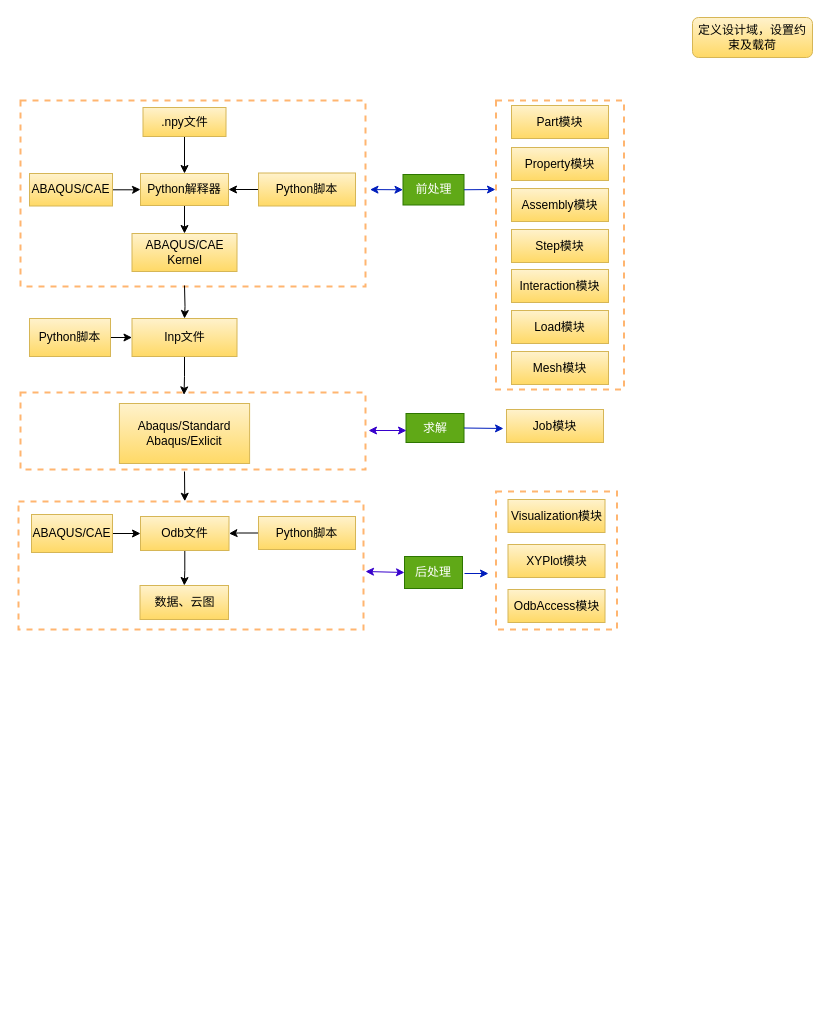
This is page "第 1 页" (1 of 2) of 第五章.drawio from 1078089635/BESO, a draw.io file, before an edit. Source tidied: cells renumbered, new cells numbered last; positions are measured from the earlier drawing's top-left corner, leaving out a move shared by most shapes. Both pictures are drawn from the tidied source at 100%, with x=0, y=0 at pixel (18, 17).
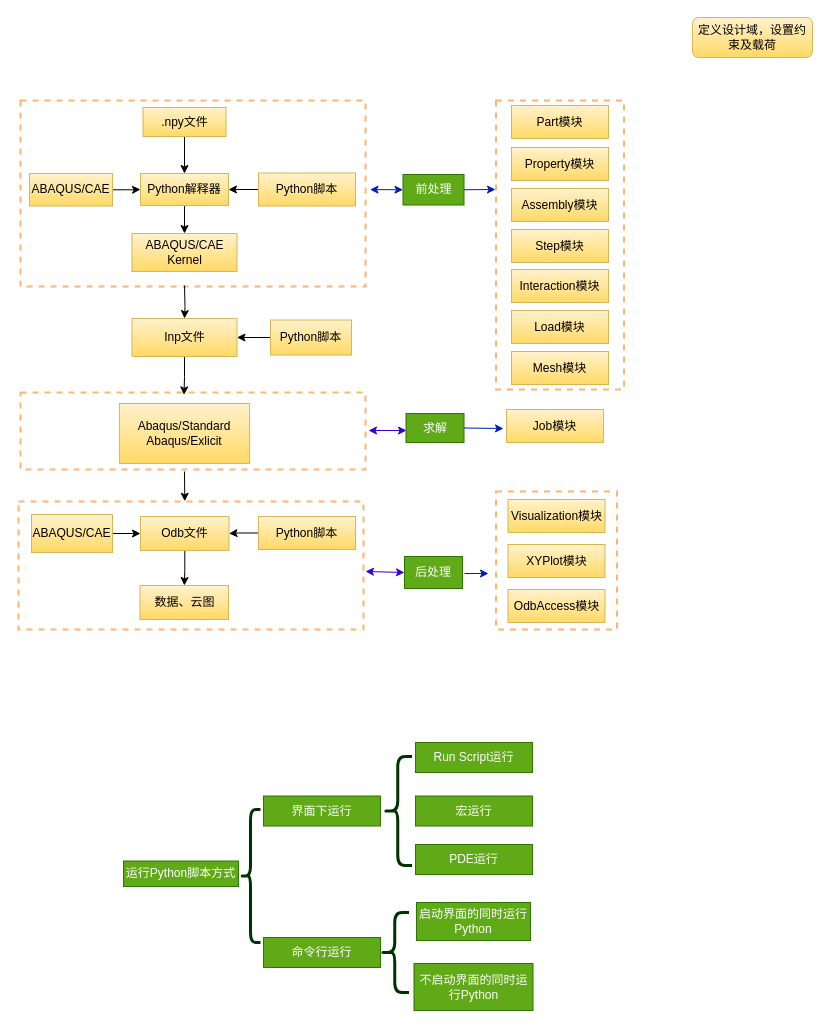
The same page after the edit.

Change to the diagram source:
```diff
@@
     <mxCell id="17" value="Python脚本" style="rounded=0;whiteSpace=wrap;html=1;gradientColor=#FFD966;fillColor=#FFF2CC;strokeColor=#D6B656;" parent="1" vertex="1">
-      <mxGeometry x="11" y="301" width="81" height="38" as="geometry" />
+      <mxGeometry x="252" y="302.5" width="81" height="35" as="geometry" />
     </mxCell>
@@
+    <mxCell id="52" style="shape=curlyBracket;whiteSpace=wrap;html=1;rounded=1;labelPosition=left;verticalLabelPosition=middle;align=right;verticalAlign=middle;fillColor=#33FFFF;fontColor=#ffffff;strokeColor=#003300;strokeWidth=3;" parent="1" vertex="1">
+      <mxGeometry x="222" y="792" width="20" height="133" as="geometry" />
+    </mxCell>
+    <mxCell id="53" value="运行Python脚本方式" style="rounded=0;whiteSpace=wrap;html=1;fillColor=#60a917;strokeColor=#2D7600;fontColor=#ffffff;" parent="1" vertex="1">
+      <mxGeometry x="105" y="843.5" width="115" height="25.5" as="geometry" />
+    </mxCell>
+    <mxCell id="54" value="界面下运行" style="rounded=0;whiteSpace=wrap;html=1;fillColor=#60a917;strokeColor=#2D7600;fontColor=#ffffff;" parent="1" vertex="1">
+      <mxGeometry x="245" y="778.5" width="117" height="30" as="geometry" />
+    </mxCell>
+    <mxCell id="55" value="命令行运行" style="rounded=0;whiteSpace=wrap;html=1;fillColor=#60a917;strokeColor=#2D7600;fontColor=#ffffff;" parent="1" vertex="1">
+      <mxGeometry x="245" y="920" width="117" height="30" as="geometry" />
+    </mxCell>
+    <mxCell id="56" style="shape=curlyBracket;whiteSpace=wrap;html=1;rounded=1;labelPosition=left;verticalLabelPosition=middle;align=right;verticalAlign=middle;fillColor=#33FFFF;fontColor=#ffffff;strokeColor=#003300;strokeWidth=3;" parent="1" vertex="1">
+      <mxGeometry x="365" y="739" width="28.5" height="109" as="geometry" />
+    </mxCell>
+    <mxCell id="57" value="Run Script运行" style="rounded=0;whiteSpace=wrap;html=1;fillColor=#60a917;strokeColor=#2D7600;fontColor=#ffffff;" parent="1" vertex="1">
+      <mxGeometry x="397" y="725" width="117" height="30" as="geometry" />
+    </mxCell>
+    <mxCell id="58" value="宏运行" style="rounded=0;whiteSpace=wrap;html=1;fillColor=#60a917;strokeColor=#2D7600;fontColor=#ffffff;" parent="1" vertex="1">
+      <mxGeometry x="397" y="778.5" width="117" height="30" as="geometry" />
+    </mxCell>
+    <mxCell id="59" value="PDE运行" style="rounded=0;whiteSpace=wrap;html=1;fillColor=#60a917;strokeColor=#2D7600;fontColor=#ffffff;" parent="1" vertex="1">
+      <mxGeometry x="397" y="827" width="117" height="30" as="geometry" />
+    </mxCell>
+    <mxCell id="60" style="shape=curlyBracket;whiteSpace=wrap;html=1;rounded=1;labelPosition=left;verticalLabelPosition=middle;align=right;verticalAlign=middle;fillColor=#33FFFF;fontColor=#ffffff;strokeColor=#003300;strokeWidth=3;" parent="1" vertex="1">
+      <mxGeometry x="362" y="895" width="28.5" height="80" as="geometry" />
+    </mxCell>
+    <mxCell id="61" value="启动界面的同时运行Python" style="rounded=0;whiteSpace=wrap;html=1;fillColor=#60a917;strokeColor=#2D7600;fontColor=#ffffff;" parent="1" vertex="1">
+      <mxGeometry x="398" y="885" width="114" height="38" as="geometry" />
+    </mxCell>
+    <mxCell id="62" value="不启动界面的同时运行Python" style="rounded=0;whiteSpace=wrap;html=1;fillColor=#60a917;strokeColor=#2D7600;fontColor=#ffffff;" parent="1" vertex="1">
+      <mxGeometry x="395.5" y="946" width="119" height="47" as="geometry" />
+    </mxCell>
```
